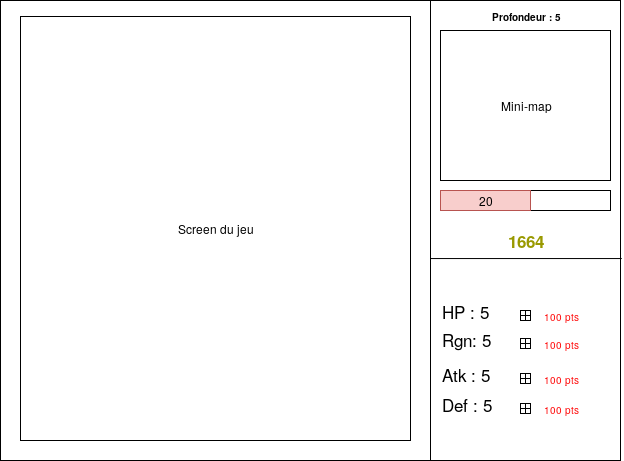
Above: doc/third_sprint/diagrams/interfaces/how_to.png in Reynault/ACL_2019_Zelpop (draw.io), before the change. Source tidied: cells renumbered, new cells last; positions are measured from the earlier drawing's top-left corner, leaving out a move shared by most shapes. The source it was exported from:
```xml
<mxGraphModel>
  <root>
    <mxCell id="0" />
    <mxCell id="1" parent="0" />
    <mxCell id="2" style="rounded=0;whiteSpace=wrap;html=1;" parent="1" vertex="1">
      <mxGeometry width="620" height="460" as="geometry" />
    </mxCell>
    <mxCell id="3" style="rounded=0;whiteSpace=wrap;html=1;" parent="1" vertex="1">
      <mxGeometry width="430" height="460" as="geometry" />
    </mxCell>
    <mxCell id="4" value="Mini-map" style="rounded=0;whiteSpace=wrap;html=1;" parent="1" vertex="1">
      <mxGeometry x="440" y="30" width="170" height="150" as="geometry" />
    </mxCell>
    <mxCell id="5" style="rounded=0;whiteSpace=wrap;html=1;align=left;" parent="1" vertex="1">
      <mxGeometry x="440" y="190" width="170" height="20" as="geometry" />
    </mxCell>
    <mxCell id="6" value="&lt;div align=&quot;center&quot;&gt;20&lt;/div&gt;" style="text;html=1;strokeColor=#b85450;fillColor=#f8cecc;align=center;verticalAlign=middle;whiteSpace=wrap;rounded=0;" parent="1" vertex="1">
      <mxGeometry x="440" y="190" width="90" height="20" as="geometry" />
    </mxCell>
    <mxCell id="7" value="&lt;div style=&quot;font-size: 17px;&quot; align=&quot;center&quot;&gt;1664&lt;/div&gt;" style="text;html=1;align=center;verticalAlign=middle;whiteSpace=wrap;rounded=0;fontStyle=1;fontColor=#999900;fontSize=17;" parent="1" vertex="1">
      <mxGeometry x="440" y="230" width="170" height="20" as="geometry" />
    </mxCell>
    <mxCell id="8" style="endArrow=none;html=1;fontSize=17;fontColor=#999900;entryX=1.002;entryY=0.561;entryDx=0;entryDy=0;entryPerimeter=0;exitX=1;exitY=0.561;exitDx=0;exitDy=0;exitPerimeter=0;" parent="1" edge="1" source="3" target="2">
      <mxGeometry relative="1" as="geometry" />
    </mxCell>
    <mxCell id="9" value="Def : 5" style="text;html=1;strokeColor=none;fillColor=none;align=left;verticalAlign=middle;whiteSpace=wrap;rounded=0;fontSize=17;fontColor=#000000;" parent="1" vertex="1">
      <mxGeometry x="440" y="393" width="170" height="20" as="geometry" />
    </mxCell>
    <mxCell id="10" style="rounded=0;whiteSpace=wrap;html=1;fontSize=17;fontColor=#000000;align=left;fontStyle=0;" parent="1" vertex="1">
      <mxGeometry x="520" y="403" width="10" height="10" as="geometry" />
    </mxCell>
    <mxCell id="11" style="endArrow=none;html=1;fontSize=17;fontColor=#000000;entryX=1;entryY=0.5;entryDx=0;entryDy=0;exitX=0;exitY=0.5;exitDx=0;exitDy=0;fontStyle=0;" parent="1" edge="1" source="10" target="10">
      <mxGeometry relative="1" as="geometry" />
    </mxCell>
    <mxCell id="12" style="endArrow=none;html=1;fontSize=17;fontColor=#000000;entryX=0.5;entryY=0;entryDx=0;entryDy=0;exitX=0.5;exitY=1;exitDx=0;exitDy=0;fontStyle=0;" parent="1" edge="1" source="10" target="10">
      <mxGeometry relative="1" as="geometry" />
    </mxCell>
    <mxCell id="13" value="100 pts" style="text;html=1;strokeColor=none;fillColor=none;align=center;verticalAlign=middle;whiteSpace=wrap;rounded=0;fontSize=10;fontColor=#FF0D0D;labelBackgroundColor=#ffffff;" parent="1" vertex="1">
      <mxGeometry x="540" y="368" width="40" height="20" as="geometry" />
    </mxCell>
    <mxCell id="14" value="Atk : 5" style="text;html=1;strokeColor=none;fillColor=none;align=left;verticalAlign=middle;whiteSpace=wrap;rounded=0;fontSize=17;fontColor=#000000;fontStyle=0;" parent="1" vertex="1">
      <mxGeometry x="440" y="363" width="170" height="20" as="geometry" />
    </mxCell>
    <mxCell id="15" style="rounded=0;whiteSpace=wrap;html=1;fontSize=17;fontColor=#000000;align=left;fontStyle=0;" parent="1" vertex="1">
      <mxGeometry x="520" y="373" width="10" height="10" as="geometry" />
    </mxCell>
    <mxCell id="16" style="endArrow=none;html=1;fontSize=17;fontColor=#000000;entryX=1;entryY=0.5;entryDx=0;entryDy=0;exitX=0;exitY=0.5;exitDx=0;exitDy=0;fontStyle=0;" parent="1" edge="1" source="15" target="15">
      <mxGeometry relative="1" as="geometry" />
    </mxCell>
    <mxCell id="17" style="endArrow=none;html=1;fontSize=17;fontColor=#000000;entryX=0.5;entryY=0;entryDx=0;entryDy=0;exitX=0.5;exitY=1;exitDx=0;exitDy=0;fontStyle=0;" parent="1" edge="1" source="15" target="15">
      <mxGeometry relative="1" as="geometry" />
    </mxCell>
    <mxCell id="18" value="100 pts" style="text;html=1;strokeColor=none;fillColor=none;align=center;verticalAlign=middle;whiteSpace=wrap;rounded=0;fontSize=10;fontColor=#FF0D0D;labelBackgroundColor=#ffffff;fontStyle=0;" parent="1" vertex="1">
      <mxGeometry x="540" y="368" width="40" height="20" as="geometry" />
    </mxCell>
    <mxCell id="19" value="HP : 5" style="text;html=1;strokeColor=none;fillColor=none;align=left;verticalAlign=middle;whiteSpace=wrap;rounded=0;fontSize=17;fontColor=#000000;" parent="1" vertex="1">
      <mxGeometry x="440" y="300" width="170" height="20" as="geometry" />
    </mxCell>
    <mxCell id="20" style="rounded=0;whiteSpace=wrap;html=1;fontSize=17;fontColor=#000000;align=left;" parent="1" vertex="1">
      <mxGeometry x="520" y="310" width="10" height="10" as="geometry" />
    </mxCell>
    <mxCell id="21" style="endArrow=none;html=1;fontSize=17;fontColor=#000000;entryX=1;entryY=0.5;entryDx=0;entryDy=0;exitX=0;exitY=0.5;exitDx=0;exitDy=0;" parent="1" edge="1" source="20" target="20">
      <mxGeometry relative="1" as="geometry" />
    </mxCell>
    <mxCell id="22" style="endArrow=none;html=1;fontSize=17;fontColor=#000000;entryX=0.5;entryY=0;entryDx=0;entryDy=0;exitX=0.5;exitY=1;exitDx=0;exitDy=0;" parent="1" edge="1" source="20" target="20">
      <mxGeometry relative="1" as="geometry" />
    </mxCell>
    <mxCell id="23" value="100 pts" style="text;html=1;strokeColor=none;fillColor=none;align=center;verticalAlign=middle;whiteSpace=wrap;rounded=0;fontSize=10;fontColor=#FF0D0D;labelBackgroundColor=#ffffff;" parent="1" vertex="1">
      <mxGeometry x="540" y="305" width="40" height="20" as="geometry" />
    </mxCell>
    <mxCell id="24" value="Rgn: 5" style="text;html=1;strokeColor=none;fillColor=none;align=left;verticalAlign=middle;whiteSpace=wrap;rounded=0;fontSize=17;fontColor=#000000;" parent="1" vertex="1">
      <mxGeometry x="440" y="328" width="170" height="20" as="geometry" />
    </mxCell>
    <mxCell id="25" style="rounded=0;whiteSpace=wrap;html=1;fontSize=17;fontColor=#000000;align=left;" parent="1" vertex="1">
      <mxGeometry x="520" y="338" width="10" height="10" as="geometry" />
    </mxCell>
    <mxCell id="26" style="endArrow=none;html=1;fontSize=17;fontColor=#000000;entryX=1;entryY=0.5;entryDx=0;entryDy=0;exitX=0;exitY=0.5;exitDx=0;exitDy=0;" parent="1" edge="1" source="25" target="25">
      <mxGeometry relative="1" as="geometry" />
    </mxCell>
    <mxCell id="27" style="endArrow=none;html=1;fontSize=17;fontColor=#000000;entryX=0.5;entryY=0;entryDx=0;entryDy=0;exitX=0.5;exitY=1;exitDx=0;exitDy=0;" parent="1" edge="1" source="25" target="25">
      <mxGeometry relative="1" as="geometry" />
    </mxCell>
    <mxCell id="28" value="100 pts" style="text;html=1;strokeColor=none;fillColor=none;align=center;verticalAlign=middle;whiteSpace=wrap;rounded=0;fontSize=10;fontColor=#FF0D0D;labelBackgroundColor=#ffffff;" parent="1" vertex="1">
      <mxGeometry x="540" y="333" width="40" height="20" as="geometry" />
    </mxCell>
    <mxCell id="29" value="100 pts" style="text;html=1;strokeColor=none;fillColor=none;align=center;verticalAlign=middle;whiteSpace=wrap;rounded=0;fontSize=10;fontColor=#FF0D0D;labelBackgroundColor=#ffffff;fontStyle=0;" parent="1" vertex="1">
      <mxGeometry x="540" y="398" width="40" height="20" as="geometry" />
    </mxCell>
    <mxCell id="30" value="Profondeur : 5" style="text;html=1;strokeColor=none;fillColor=none;align=center;verticalAlign=middle;whiteSpace=wrap;rounded=0;labelBackgroundColor=#ffffff;fontSize=10;fontColor=#000000;fontStyle=1;" parent="1" vertex="1">
      <mxGeometry x="480" y="6" width="90" height="20" as="geometry" />
    </mxCell>
    <mxCell id="31" value="Screen du jeu" style="rounded=0;whiteSpace=wrap;html=1;" parent="1" vertex="1">
      <mxGeometry x="20" y="16" width="390" height="424" as="geometry" />
    </mxCell>
  </root>
</mxGraphModel>
```
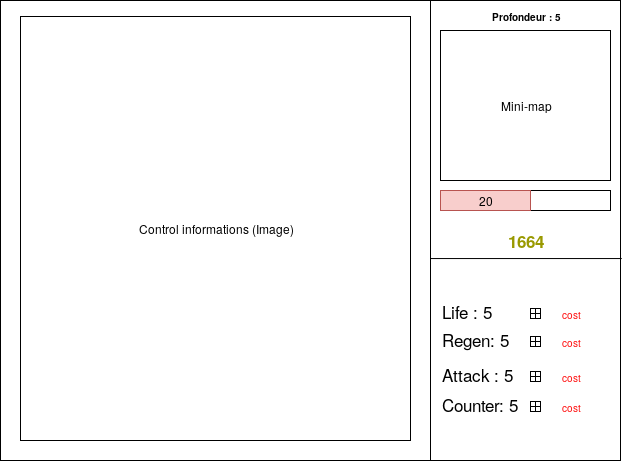
After the commit.

What changed in the source:
```diff
@@ -23,11 +23,11 @@
     <mxCell id="8" style="endArrow=none;html=1;fontSize=17;fontColor=#999900;entryX=1.002;entryY=0.561;entryDx=0;entryDy=0;entryPerimeter=0;exitX=1;exitY=0.561;exitDx=0;exitDy=0;exitPerimeter=0;" parent="1" edge="1" source="3" target="2">
       <mxGeometry relative="1" as="geometry" />
     </mxCell>
-    <mxCell id="9" value="Def : 5" style="text;html=1;strokeColor=none;fillColor=none;align=left;verticalAlign=middle;whiteSpace=wrap;rounded=0;fontSize=17;fontColor=#000000;" parent="1" vertex="1">
+    <mxCell id="9" value="Counter: 5" style="text;html=1;strokeColor=none;fillColor=none;align=left;verticalAlign=middle;whiteSpace=wrap;rounded=0;fontSize=17;fontColor=#000000;" parent="1" vertex="1">
       <mxGeometry x="440" y="393" width="170" height="20" as="geometry" />
     </mxCell>
     <mxCell id="10" style="rounded=0;whiteSpace=wrap;html=1;fontSize=17;fontColor=#000000;align=left;fontStyle=0;" parent="1" vertex="1">
-      <mxGeometry x="520" y="403" width="10" height="10" as="geometry" />
+      <mxGeometry x="530" y="401" width="10" height="10" as="geometry" />
     </mxCell>
     <mxCell id="11" style="endArrow=none;html=1;fontSize=17;fontColor=#000000;entryX=1;entryY=0.5;entryDx=0;entryDy=0;exitX=0;exitY=0.5;exitDx=0;exitDy=0;fontStyle=0;" parent="1" edge="1" source="10" target="10">
       <mxGeometry relative="1" as="geometry" />
@@ -35,14 +35,14 @@
     <mxCell id="12" style="endArrow=none;html=1;fontSize=17;fontColor=#000000;entryX=0.5;entryY=0;entryDx=0;entryDy=0;exitX=0.5;exitY=1;exitDx=0;exitDy=0;fontStyle=0;" parent="1" edge="1" source="10" target="10">
       <mxGeometry relative="1" as="geometry" />
     </mxCell>
-    <mxCell id="13" value="100 pts" style="text;html=1;strokeColor=none;fillColor=none;align=center;verticalAlign=middle;whiteSpace=wrap;rounded=0;fontSize=10;fontColor=#FF0D0D;labelBackgroundColor=#ffffff;" parent="1" vertex="1">
-      <mxGeometry x="540" y="368" width="40" height="20" as="geometry" />
+    <mxCell id="13" value="cost" style="text;html=1;strokeColor=none;fillColor=none;align=center;verticalAlign=middle;whiteSpace=wrap;rounded=0;fontSize=10;fontColor=#FF0D0D;labelBackgroundColor=#ffffff;" parent="1" vertex="1">
+      <mxGeometry x="550" y="366" width="40" height="20" as="geometry" />
     </mxCell>
-    <mxCell id="14" value="Atk : 5" style="text;html=1;strokeColor=none;fillColor=none;align=left;verticalAlign=middle;whiteSpace=wrap;rounded=0;fontSize=17;fontColor=#000000;fontStyle=0;" parent="1" vertex="1">
+    <mxCell id="14" value="Attack : 5" style="text;html=1;strokeColor=none;fillColor=none;align=left;verticalAlign=middle;whiteSpace=wrap;rounded=0;fontSize=17;fontColor=#000000;fontStyle=0;" parent="1" vertex="1">
       <mxGeometry x="440" y="363" width="170" height="20" as="geometry" />
     </mxCell>
     <mxCell id="15" style="rounded=0;whiteSpace=wrap;html=1;fontSize=17;fontColor=#000000;align=left;fontStyle=0;" parent="1" vertex="1">
-      <mxGeometry x="520" y="373" width="10" height="10" as="geometry" />
+      <mxGeometry x="530" y="371" width="10" height="10" as="geometry" />
     </mxCell>
     <mxCell id="16" style="endArrow=none;html=1;fontSize=17;fontColor=#000000;entryX=1;entryY=0.5;entryDx=0;entryDy=0;exitX=0;exitY=0.5;exitDx=0;exitDy=0;fontStyle=0;" parent="1" edge="1" source="15" target="15">
       <mxGeometry relative="1" as="geometry" />
@@ -50,14 +50,11 @@
     <mxCell id="17" style="endArrow=none;html=1;fontSize=17;fontColor=#000000;entryX=0.5;entryY=0;entryDx=0;entryDy=0;exitX=0.5;exitY=1;exitDx=0;exitDy=0;fontStyle=0;" parent="1" edge="1" source="15" target="15">
       <mxGeometry relative="1" as="geometry" />
     </mxCell>
-    <mxCell id="18" value="100 pts" style="text;html=1;strokeColor=none;fillColor=none;align=center;verticalAlign=middle;whiteSpace=wrap;rounded=0;fontSize=10;fontColor=#FF0D0D;labelBackgroundColor=#ffffff;fontStyle=0;" parent="1" vertex="1">
-      <mxGeometry x="540" y="368" width="40" height="20" as="geometry" />
-    </mxCell>
-    <mxCell id="19" value="HP : 5" style="text;html=1;strokeColor=none;fillColor=none;align=left;verticalAlign=middle;whiteSpace=wrap;rounded=0;fontSize=17;fontColor=#000000;" parent="1" vertex="1">
+    <mxCell id="19" value="Life : 5" style="text;html=1;strokeColor=none;fillColor=none;align=left;verticalAlign=middle;whiteSpace=wrap;rounded=0;fontSize=17;fontColor=#000000;" parent="1" vertex="1">
       <mxGeometry x="440" y="300" width="170" height="20" as="geometry" />
     </mxCell>
     <mxCell id="20" style="rounded=0;whiteSpace=wrap;html=1;fontSize=17;fontColor=#000000;align=left;" parent="1" vertex="1">
-      <mxGeometry x="520" y="310" width="10" height="10" as="geometry" />
+      <mxGeometry x="530" y="308" width="10" height="10" as="geometry" />
     </mxCell>
     <mxCell id="21" style="endArrow=none;html=1;fontSize=17;fontColor=#000000;entryX=1;entryY=0.5;entryDx=0;entryDy=0;exitX=0;exitY=0.5;exitDx=0;exitDy=0;" parent="1" edge="1" source="20" target="20">
       <mxGeometry relative="1" as="geometry" />
@@ -65,14 +62,14 @@
     <mxCell id="22" style="endArrow=none;html=1;fontSize=17;fontColor=#000000;entryX=0.5;entryY=0;entryDx=0;entryDy=0;exitX=0.5;exitY=1;exitDx=0;exitDy=0;" parent="1" edge="1" source="20" target="20">
       <mxGeometry relative="1" as="geometry" />
     </mxCell>
-    <mxCell id="23" value="100 pts" style="text;html=1;strokeColor=none;fillColor=none;align=center;verticalAlign=middle;whiteSpace=wrap;rounded=0;fontSize=10;fontColor=#FF0D0D;labelBackgroundColor=#ffffff;" parent="1" vertex="1">
-      <mxGeometry x="540" y="305" width="40" height="20" as="geometry" />
+    <mxCell id="23" value="cost" style="text;html=1;strokeColor=none;fillColor=none;align=center;verticalAlign=middle;whiteSpace=wrap;rounded=0;fontSize=10;fontColor=#FF0D0D;labelBackgroundColor=#ffffff;" parent="1" vertex="1">
+      <mxGeometry x="550" y="303" width="40" height="20" as="geometry" />
     </mxCell>
-    <mxCell id="24" value="Rgn: 5" style="text;html=1;strokeColor=none;fillColor=none;align=left;verticalAlign=middle;whiteSpace=wrap;rounded=0;fontSize=17;fontColor=#000000;" parent="1" vertex="1">
+    <mxCell id="24" value="Regen: 5" style="text;html=1;strokeColor=none;fillColor=none;align=left;verticalAlign=middle;whiteSpace=wrap;rounded=0;fontSize=17;fontColor=#000000;" parent="1" vertex="1">
       <mxGeometry x="440" y="328" width="170" height="20" as="geometry" />
     </mxCell>
     <mxCell id="25" style="rounded=0;whiteSpace=wrap;html=1;fontSize=17;fontColor=#000000;align=left;" parent="1" vertex="1">
-      <mxGeometry x="520" y="338" width="10" height="10" as="geometry" />
+      <mxGeometry x="530" y="336" width="10" height="10" as="geometry" />
     </mxCell>
     <mxCell id="26" style="endArrow=none;html=1;fontSize=17;fontColor=#000000;entryX=1;entryY=0.5;entryDx=0;entryDy=0;exitX=0;exitY=0.5;exitDx=0;exitDy=0;" parent="1" edge="1" source="25" target="25">
       <mxGeometry relative="1" as="geometry" />
@@ -80,16 +77,16 @@
     <mxCell id="27" style="endArrow=none;html=1;fontSize=17;fontColor=#000000;entryX=0.5;entryY=0;entryDx=0;entryDy=0;exitX=0.5;exitY=1;exitDx=0;exitDy=0;" parent="1" edge="1" source="25" target="25">
       <mxGeometry relative="1" as="geometry" />
     </mxCell>
-    <mxCell id="28" value="100 pts" style="text;html=1;strokeColor=none;fillColor=none;align=center;verticalAlign=middle;whiteSpace=wrap;rounded=0;fontSize=10;fontColor=#FF0D0D;labelBackgroundColor=#ffffff;" parent="1" vertex="1">
-      <mxGeometry x="540" y="333" width="40" height="20" as="geometry" />
+    <mxCell id="28" value="cost" style="text;html=1;strokeColor=none;fillColor=none;align=center;verticalAlign=middle;whiteSpace=wrap;rounded=0;fontSize=10;fontColor=#FF0D0D;labelBackgroundColor=#ffffff;" parent="1" vertex="1">
+      <mxGeometry x="550" y="331" width="40" height="20" as="geometry" />
     </mxCell>
-    <mxCell id="29" value="100 pts" style="text;html=1;strokeColor=none;fillColor=none;align=center;verticalAlign=middle;whiteSpace=wrap;rounded=0;fontSize=10;fontColor=#FF0D0D;labelBackgroundColor=#ffffff;fontStyle=0;" parent="1" vertex="1">
-      <mxGeometry x="540" y="398" width="40" height="20" as="geometry" />
+    <mxCell id="29" value="cost" style="text;html=1;strokeColor=none;fillColor=none;align=center;verticalAlign=middle;whiteSpace=wrap;rounded=0;fontSize=10;fontColor=#FF0D0D;labelBackgroundColor=#ffffff;fontStyle=0;" parent="1" vertex="1">
+      <mxGeometry x="550" y="396" width="40" height="20" as="geometry" />
     </mxCell>
     <mxCell id="30" value="Profondeur : 5" style="text;html=1;strokeColor=none;fillColor=none;align=center;verticalAlign=middle;whiteSpace=wrap;rounded=0;labelBackgroundColor=#ffffff;fontSize=10;fontColor=#000000;fontStyle=1;" parent="1" vertex="1">
       <mxGeometry x="480" y="6" width="90" height="20" as="geometry" />
     </mxCell>
-    <mxCell id="31" value="Screen du jeu" style="rounded=0;whiteSpace=wrap;html=1;" parent="1" vertex="1">
+    <mxCell id="31" value="Control informations (Image)" style="rounded=0;whiteSpace=wrap;html=1;" parent="1" vertex="1">
       <mxGeometry x="20" y="16" width="390" height="424" as="geometry" />
     </mxCell>
   </root>
```
